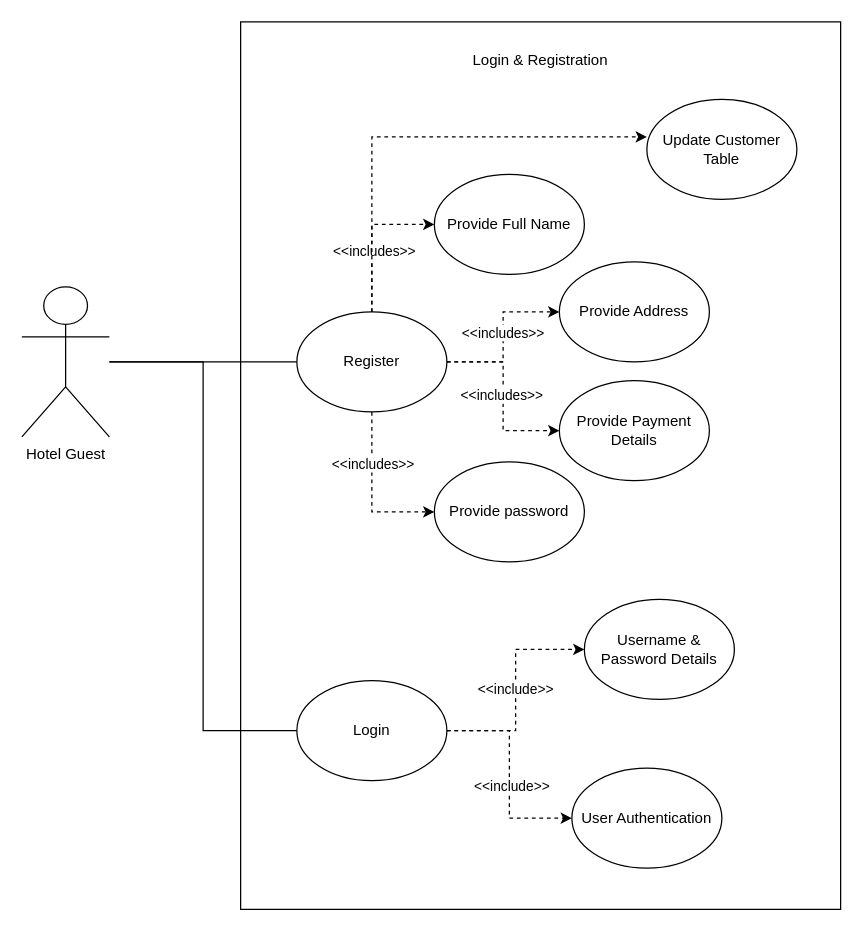
This is Diagrams/UseCase/LoginRegistration.drawio from mclhtay/CS4471, a draw.io file, before an edit. Source tidied: cells renumbered, new cells numbered last; positions are measured from the earlier drawing's top-left corner, leaving out a move shared by most shapes. Both pictures are drawn from the tidied source at 125%, with x=0, y=0 at pixel (21, 21).
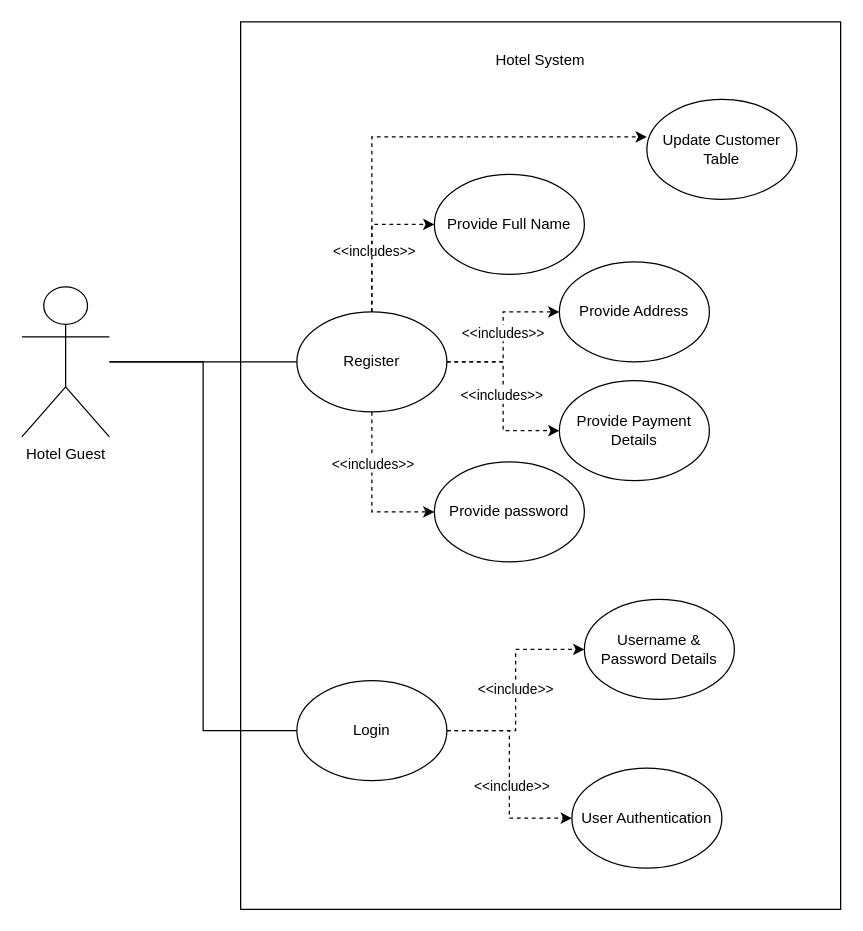
The same diagram, later.

Commit message:
updated title on use case

Change to the diagram source:
```diff
@@
-    <mxCell id="6" value="Login &amp;amp; Registration" style="text;html=1;strokeColor=none;fillColor=none;align=center;verticalAlign=middle;whiteSpace=wrap;rounded=0;" parent="1" vertex="1">
+    <mxCell id="6" value="Hotel System" style="text;html=1;strokeColor=none;fillColor=none;align=center;verticalAlign=middle;whiteSpace=wrap;rounded=0;" parent="1" vertex="1">
       <mxGeometry x="350" y="16" width="130" height="30" as="geometry" />
     </mxCell>
```
